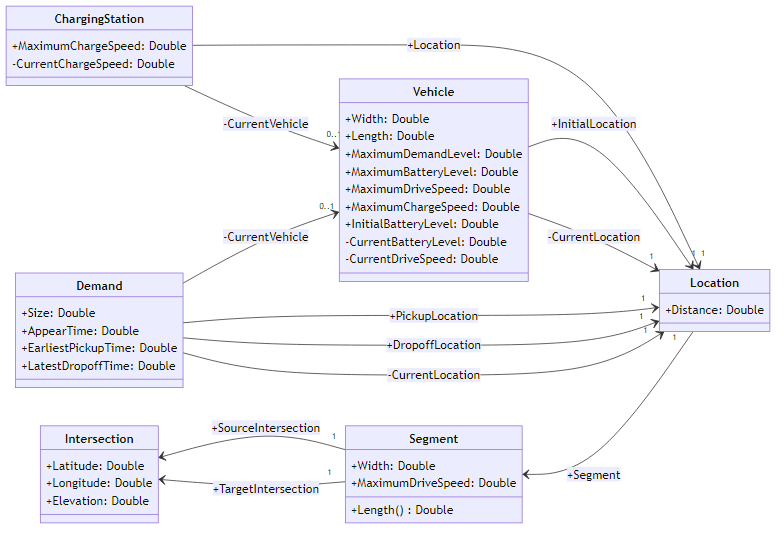
This is diagrams/model/classes-v0.1.png from ghackenberg/transport-ide, a Mermaid export, as it was before one commit. Its source is kept beside it as diagrams/model/classes-v0.1.mmd. Source of this version:
```mermaid
classDiagram
    direction LR

    class Intersection {
        +Latitude: Double
        +Longitude: Double
        +Elevation: Double
    }
    class Segment {
        +Width: Double
        +MaximumDriveSpeed: Double
        +Length() Double
    }
    class Location {
        +Distance: Double
    }
    class ChargingStation {
        +MaximumChargeSpeed: Double
        -CurrentChargeSpeed: Double
    }
    class Vehicle {
        +Width: Double
        +Length: Double
        +MaximumDemandLevel: Double
        +MaximumBatteryLevel: Double
        +MaximumDriveSpeed: Double
        +MaximumChargeSpeed: Double
        +InitialBatteryLevel: Double
        -CurrentBatteryLevel: Double
        -CurrentDriveSpeed: Double
    }
    class Demand {
        +Size: Double
        +AppearTime: Double
        +EarliestPickupTime: Double
        +LatestDropoffTime: Double
    }

    ChargingStation --> "1" Location:+Location
    ChargingStation --> "0..1" Vehicle:-CurrentVehicle
    Vehicle --> "1" Location:+InitialLocation
    Vehicle --> "1" Location:-CurrentLocation
    Demand --> "1" Location:+PickupLocation
    Demand --> "1" Location:+DropoffLocation
    Demand --> "1" Location:-CurrentLocation
    Demand --> "0..1" Vehicle:-CurrentVehicle
    Segment <-- "1" Location:+Segment
    Intersection <-- "1" Segment:+SourceIntersection
    Intersection <-- "1" Segment:+TargetIntersection
```
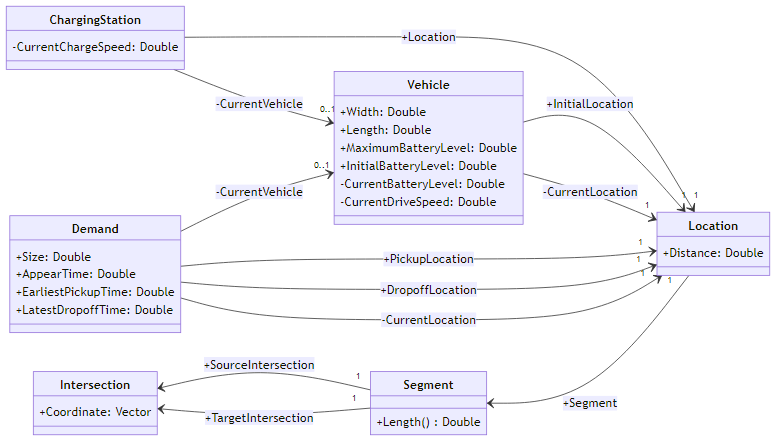
The same file after the commit.

Diff of the diagram source:
```diff
@@ -2,29 +2,21 @@
     direction LR
 
     class Intersection {
-        +Latitude: Double
-        +Longitude: Double
-        +Elevation: Double
+        +Coordinate: Vector
     }
     class Segment {
-        +Width: Double
-        +MaximumDriveSpeed: Double
         +Length() Double
     }
     class Location {
         +Distance: Double
     }
     class ChargingStation {
-        +MaximumChargeSpeed: Double
         -CurrentChargeSpeed: Double
     }
     class Vehicle {
         +Width: Double
         +Length: Double
-        +MaximumDemandLevel: Double
         +MaximumBatteryLevel: Double
-        +MaximumDriveSpeed: Double
-        +MaximumChargeSpeed: Double
         +InitialBatteryLevel: Double
         -CurrentBatteryLevel: Double
         -CurrentDriveSpeed: Double
```
